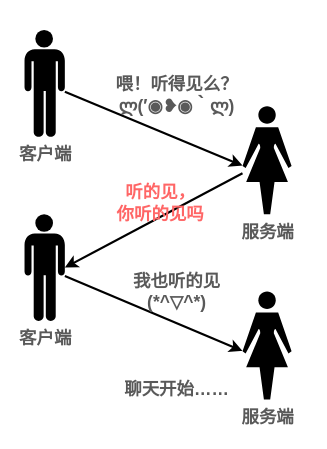
Above: tcp-work.drawio in ITDragonBlog/draw.io (draw.io), before the change. Source tidied: cells renumbered, new cells numbered last; positions are measured from the earlier drawing's top-left corner, leaving out a move shared by most shapes. Both pictures are drawn from the tidied source at 109%, with x=0, y=0 at pixel (24, 29).
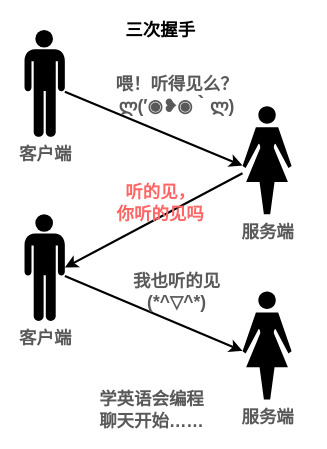
The same diagram, later.

What changed in the source:
```diff
@@
 <mxGraphModel>
   <root>
     <mxCell id="0" />
     <mxCell id="1" parent="0" />
     <mxCell id="2" style="rounded=0;jettySize=auto;html=1;entryX=0;entryY=0.55;entryDx=0;entryDy=0;entryPerimeter=0;strokeWidth=2;" parent="1" edge="1" source="3" target="5">
       <mxGeometry relative="1" as="geometry" />
     </mxCell>
     <mxCell id="3" value="&lt;font style=&quot;font-size: 16px&quot; color=&quot;#595959&quot;&gt;&lt;b&gt;客户端&lt;/b&gt;&lt;/font&gt;" style="shape=mxgraph.signs.people.man_1;html=1;fillColor=#000000;strokeColor=none;verticalLabelPosition=bottom;verticalAlign=top;align=center;" parent="1" vertex="1">
       <mxGeometry width="37" height="98" as="geometry" />
     </mxCell>
     <mxCell id="4" style="edgeStyle=none;rounded=0;jettySize=auto;html=1;entryX=1;entryY=0.5;entryDx=0;entryDy=0;entryPerimeter=0;strokeWidth=2;" parent="1" edge="1" source="5" target="8">
       <mxGeometry relative="1" as="geometry" />
     </mxCell>
     <mxCell id="5" value="&lt;font style=&quot;font-size: 16px&quot; color=&quot;#595959&quot;&gt;&lt;b&gt;服务端&lt;/b&gt;&lt;/font&gt;" style="shape=mxgraph.signs.people.woman_2;html=1;fillColor=#000000;strokeColor=none;verticalLabelPosition=bottom;verticalAlign=top;align=center;" parent="1" vertex="1">
       <mxGeometry x="200" y="70" width="45" height="99" as="geometry" />
     </mxCell>
     <mxCell id="6" value="&lt;font style=&quot;font-size: 16px&quot; color=&quot;#595959&quot;&gt;&lt;b&gt;喂！听得见么？&lt;br&gt;ლ(′◉❥◉｀ლ)&lt;/b&gt;&lt;/font&gt;" style="text;html=1;strokeColor=none;fillColor=none;align=center;verticalAlign=middle;whiteSpace=wrap;rounded=0;" parent="1" vertex="1">
       <mxGeometry x="20" y="50" width="240" height="20" as="geometry" />
     </mxCell>
     <mxCell id="7" style="edgeStyle=none;rounded=0;jettySize=auto;html=1;entryX=0;entryY=0.55;entryDx=0;entryDy=0;entryPerimeter=0;strokeWidth=2;" parent="1" edge="1" source="8" target="10">
       <mxGeometry relative="1" as="geometry" />
     </mxCell>
     <mxCell id="8" value="&lt;font style=&quot;font-size: 16px&quot; color=&quot;#595959&quot;&gt;&lt;b&gt;客户端&lt;/b&gt;&lt;/font&gt;" style="shape=mxgraph.signs.people.man_1;html=1;fillColor=#000000;strokeColor=none;verticalLabelPosition=bottom;verticalAlign=top;align=center;" parent="1" vertex="1">
       <mxGeometry y="169" width="37" height="98" as="geometry" />
     </mxCell>
     <mxCell id="9" value="&lt;font style=&quot;font-size: 16px&quot; color=&quot;#ff6666&quot;&gt;&lt;b&gt;听的见，&lt;br&gt;你听的见吗&lt;/b&gt;&lt;/font&gt;" style="text;html=1;strokeColor=none;fillColor=none;align=center;verticalAlign=middle;whiteSpace=wrap;rounded=0;" parent="1" vertex="1">
       <mxGeometry x="60" y="149" width="130" height="20" as="geometry" />
     </mxCell>
     <mxCell id="10" value="&lt;font style=&quot;font-size: 16px&quot; color=&quot;#595959&quot;&gt;&lt;b&gt;服务端&lt;/b&gt;&lt;/font&gt;" style="shape=mxgraph.signs.people.woman_2;html=1;fillColor=#000000;strokeColor=none;verticalLabelPosition=bottom;verticalAlign=top;align=center;" parent="1" vertex="1">
       <mxGeometry x="200" y="240" width="45" height="99" as="geometry" />
     </mxCell>
     <mxCell id="11" value="&lt;font color=&quot;#595959&quot;&gt;&lt;span style=&quot;font-size: 16px&quot;&gt;&lt;b&gt;我也听的见&lt;br&gt;&lt;/b&gt;&lt;/span&gt;&lt;/font&gt;&lt;font style=&quot;font-size: 16px&quot; color=&quot;#595959&quot;&gt;&lt;b&gt;(*^▽^*)&lt;/b&gt;&lt;/font&gt;" style="text;html=1;strokeColor=none;fillColor=none;align=center;verticalAlign=middle;whiteSpace=wrap;rounded=0;" parent="1" vertex="1">
       <mxGeometry x="20" y="230" width="240" height="20" as="geometry" />
     </mxCell>
-    <mxCell id="12" value="&lt;font style=&quot;font-size: 16px&quot; color=&quot;#595959&quot;&gt;&lt;b&gt;聊天开始……&lt;/b&gt;&lt;/font&gt;" style="text;html=1;strokeColor=none;fillColor=none;align=center;verticalAlign=middle;whiteSpace=wrap;rounded=0;" parent="1" vertex="1">
-      <mxGeometry x="90" y="319" width="100" height="20" as="geometry" />
+    <mxCell id="12" value="&lt;font style=&quot;font-size: 16px&quot; color=&quot;#595959&quot;&gt;&lt;b&gt;学英语会编程&lt;br&gt;聊天开始……&lt;/b&gt;&lt;/font&gt;" style="text;html=1;strokeColor=none;fillColor=none;align=center;verticalAlign=middle;whiteSpace=wrap;rounded=0;" parent="1" vertex="1">
+      <mxGeometry x="37" y="339" width="160" height="20" as="geometry" />
     </mxCell>
+    <mxCell id="13" value="&lt;font style=&quot;font-size: 16px&quot;&gt;&lt;b&gt;三次握手&lt;/b&gt;&lt;/font&gt;" style="text;html=1;strokeColor=none;fillColor=none;align=center;verticalAlign=middle;whiteSpace=wrap;rounded=0;" parent="1" vertex="1">
+      <mxGeometry x="85" y="-10" width="80" height="20" as="geometry" />
+    </mxCell>
   </root>
 </mxGraphModel>
```
